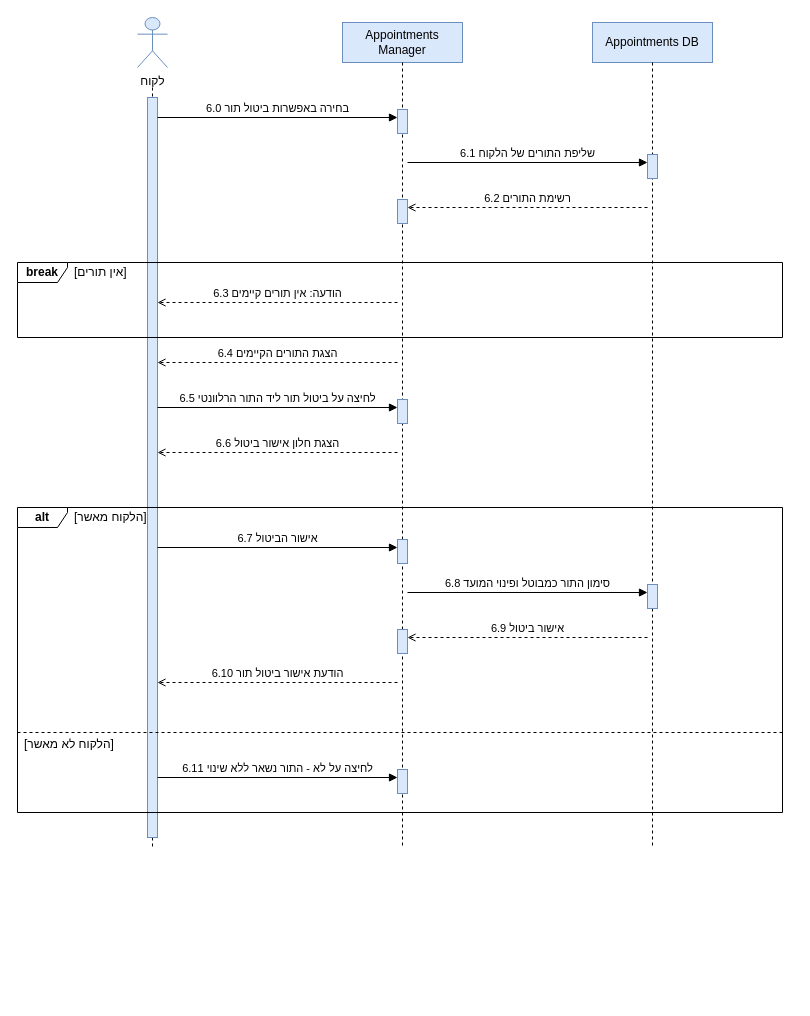
Before: diagrams/SEQ-SUC-6.drawio in arielkaplan20/project_Golden_Hair_Salon, a draw.io diagram. Source tidied: cells renumbered, new cells numbered last; positions are measured from the earlier drawing's top-left corner, leaving out a move shared by most shapes. Both pictures are drawn from the tidied source at 100%, with x=0, y=0 at pixel (17, 17).
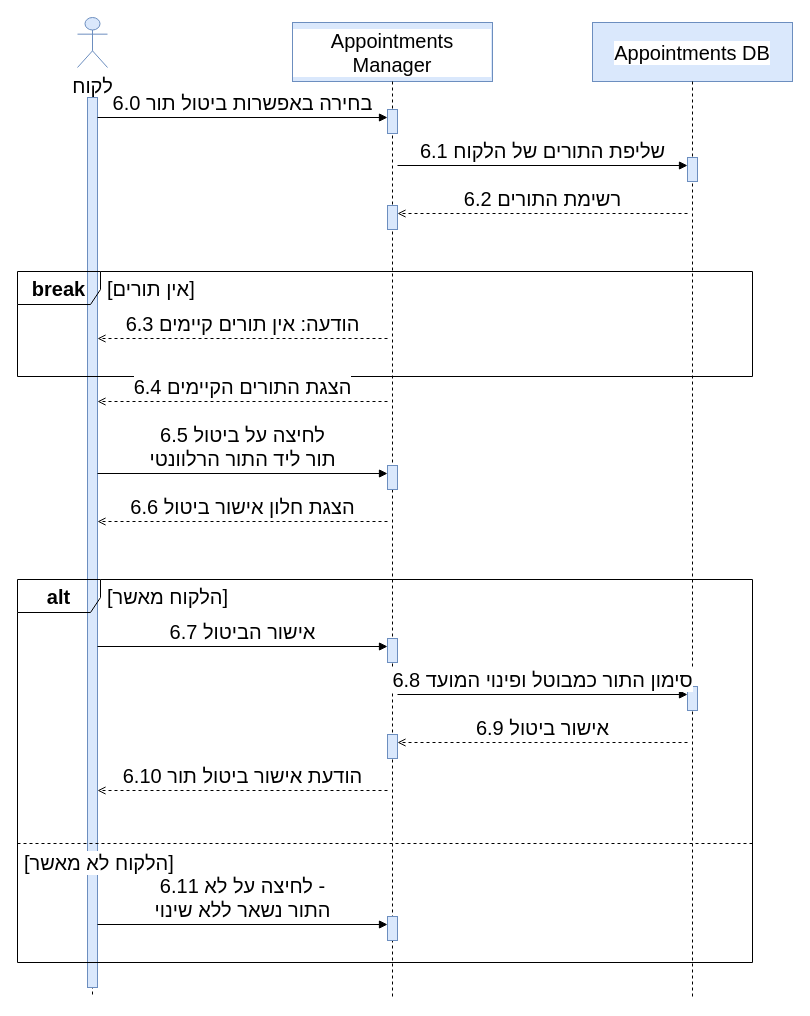
The same page after the edit.

Change to the diagram source:
```diff
@@
-    <mxCell id="2" value="לקוח" style="shape=umlActor;verticalLabelPosition=bottom;verticalAlign=top;html=1;fillColor=#dae8fc;strokeColor=#6c8ebf;" parent="1" vertex="1">
-      <mxGeometry x="120" width="30" height="50" as="geometry" />
+    <mxCell id="2" value="לקוח" style="shape=umlActor;verticalLabelPosition=bottom;verticalAlign=top;html=1;fillColor=#dae8fc;strokeColor=#6c8ebf;fontSize=20;labelBackgroundColor=#ffffff;" parent="1" vertex="1">
+      <mxGeometry x="60" width="30" height="50" as="geometry" />
     </mxCell>
-    <mxCell id="3" value="Appointments Manager" style="rounded=0;whiteSpace=wrap;html=1;fillColor=#dae8fc;strokeColor=#6c8ebf;" parent="1" vertex="1">
-      <mxGeometry x="325" y="5" width="120" height="40" as="geometry" />
+    <mxCell id="3" value="Appointments Manager" style="rounded=0;whiteSpace=wrap;html=1;fillColor=#dae8fc;strokeColor=#6c8ebf;fontSize=20;labelBackgroundColor=#ffffff;" parent="1" vertex="1">
+      <mxGeometry x="275" y="5" width="200" height="59" as="geometry" />
     </mxCell>
-    <mxCell id="4" value="Appointments DB" style="rounded=0;whiteSpace=wrap;html=1;fillColor=#dae8fc;strokeColor=#6c8ebf;" parent="1" vertex="1">
-      <mxGeometry x="575" y="5" width="120" height="40" as="geometry" />
+    <mxCell id="4" value="Appointments DB" style="rounded=0;whiteSpace=wrap;html=1;fillColor=#dae8fc;strokeColor=#6c8ebf;fontSize=20;labelBackgroundColor=#ffffff;" parent="1" vertex="1">
+      <mxGeometry x="575" y="5" width="200" height="59" as="geometry" />
     </mxCell>
     <mxCell id="5" style="endArrow=none;html=1;dashed=1;strokeColor=#000000;" parent="1" edge="1">
       <mxGeometry relative="1" as="geometry">
-        <mxPoint x="135" y="70" as="sourcePoint" />
-        <mxPoint x="135" y="830" as="targetPoint" />
+        <mxPoint x="75" y="80" as="sourcePoint" />
+        <mxPoint x="75" y="980" as="targetPoint" />
       </mxGeometry>
     </mxCell>
     <mxCell id="6" style="rounded=0;html=1;fillColor=#dae8fc;strokeColor=#6c8ebf;" parent="1" vertex="1">
-      <mxGeometry x="130" y="80" width="10" height="740" as="geometry" />
+      <mxGeometry x="70" y="80" width="10" height="890" as="geometry" />
     </mxCell>
     <mxCell id="7" style="endArrow=none;html=1;dashed=1;strokeColor=#000000;" parent="1" edge="1">
       <mxGeometry relative="1" as="geometry">
-        <mxPoint x="385" y="45" as="sourcePoint" />
-        <mxPoint x="385" y="830" as="targetPoint" />
+        <mxPoint x="375" y="64" as="sourcePoint" />
+        <mxPoint x="375" y="980" as="targetPoint" />
       </mxGeometry>
     </mxCell>
     <mxCell id="8" style="endArrow=none;html=1;dashed=1;strokeColor=#000000;" parent="1" edge="1">
       <mxGeometry relative="1" as="geometry">
-        <mxPoint x="635" y="45" as="sourcePoint" />
-        <mxPoint x="635" y="830" as="targetPoint" />
+        <mxPoint x="675" y="64" as="sourcePoint" />
+        <mxPoint x="675" y="980" as="targetPoint" />
       </mxGeometry>
     </mxCell>
     <mxCell id="9" style="rounded=0;html=1;fillColor=#dae8fc;strokeColor=#6c8ebf;" parent="1" vertex="1">
-      <mxGeometry x="380" y="92" width="10" height="24" as="geometry" />
+      <mxGeometry x="370" y="92" width="10" height="24" as="geometry" />
     </mxCell>
     <mxCell id="10" style="rounded=0;html=1;fillColor=#dae8fc;strokeColor=#6c8ebf;" parent="1" vertex="1">
-      <mxGeometry x="630" y="137" width="10" height="24" as="geometry" />
+      <mxGeometry x="670" y="140" width="10" height="24" as="geometry" />
     </mxCell>
     <mxCell id="11" style="rounded=0;html=1;fillColor=#dae8fc;strokeColor=#6c8ebf;" parent="1" vertex="1">
-      <mxGeometry x="380" y="182" width="10" height="24" as="geometry" />
+      <mxGeometry x="370" y="188" width="10" height="24" as="geometry" />
     </mxCell>
     <mxCell id="12" style="rounded=0;html=1;fillColor=#dae8fc;strokeColor=#6c8ebf;" parent="1" vertex="1">
-      <mxGeometry x="380" y="382" width="10" height="24" as="geometry" />
+      <mxGeometry x="370" y="448" width="10" height="24" as="geometry" />
     </mxCell>
     <mxCell id="13" style="rounded=0;html=1;fillColor=#dae8fc;strokeColor=#6c8ebf;" parent="1" vertex="1">
-      <mxGeometry x="380" y="522" width="10" height="24" as="geometry" />
+      <mxGeometry x="370" y="621" width="10" height="24" as="geometry" />
     </mxCell>
     <mxCell id="14" style="rounded=0;html=1;fillColor=#dae8fc;strokeColor=#6c8ebf;" parent="1" vertex="1">
-      <mxGeometry x="630" y="567" width="10" height="24" as="geometry" />
+      <mxGeometry x="670" y="669" width="10" height="24" as="geometry" />
     </mxCell>
     <mxCell id="15" style="rounded=0;html=1;fillColor=#dae8fc;strokeColor=#6c8ebf;" parent="1" vertex="1">
-      <mxGeometry x="380" y="612" width="10" height="24" as="geometry" />
+      <mxGeometry x="370" y="717" width="10" height="24" as="geometry" />
     </mxCell>
     <mxCell id="16" style="rounded=0;html=1;fillColor=#dae8fc;strokeColor=#6c8ebf;" parent="1" vertex="1">
-      <mxGeometry x="380" y="752" width="10" height="24" as="geometry" />
+      <mxGeometry x="370" y="899" width="10" height="24" as="geometry" />
     </mxCell>
-    <mxCell id="17" value="&lt;b&gt;break&lt;/b&gt;" style="shape=umlFrame;whiteSpace=wrap;html=1;width=50;height=20;fillColor=none;" parent="1" vertex="1">
-      <mxGeometry y="245" width="765" height="75" as="geometry" />
+    <mxCell id="17" value="&lt;b&gt;break&lt;/b&gt;" style="shape=umlFrame;whiteSpace=wrap;html=1;width=83;height=33;fillColor=none;fontSize=20;labelBackgroundColor=#ffffff;" parent="1" vertex="1">
+      <mxGeometry y="254" width="735" height="105" as="geometry" />
     </mxCell>
-    <mxCell id="18" value="[אין תורים]" style="text;html=1;align=left;verticalAlign=middle;whiteSpace=nowrap;fillColor=none;strokeColor=none;" parent="1" vertex="1">
-      <mxGeometry x="55" y="245" width="300" height="20" as="geometry" />
+    <mxCell id="18" value="&lt;span style='background:#ffffff'&gt;[אין תורים]&lt;/span&gt;" style="text;html=1;align=left;verticalAlign=middle;whiteSpace=nowrap;fillColor=none;strokeColor=none;fontSize=20;labelBackgroundColor=#ffffff;" parent="1" vertex="1">
+      <mxGeometry x="88" y="254" width="400" height="33" as="geometry" />
     </mxCell>
-    <mxCell id="19" value="&lt;b&gt;alt&lt;/b&gt;" style="shape=umlFrame;whiteSpace=wrap;html=1;width=50;height=20;fillColor=none;" parent="1" vertex="1">
-      <mxGeometry y="490" width="765" height="305" as="geometry" />
+    <mxCell id="19" value="&lt;b&gt;alt&lt;/b&gt;" style="shape=umlFrame;whiteSpace=wrap;html=1;width=83;height=33;fillColor=none;fontSize=20;labelBackgroundColor=#ffffff;" parent="1" vertex="1">
+      <mxGeometry y="562" width="735" height="383" as="geometry" />
     </mxCell>
-    <mxCell id="20" value="[הלקוח מאשר]" style="text;html=1;align=left;verticalAlign=middle;whiteSpace=nowrap;fillColor=none;strokeColor=none;" parent="1" vertex="1">
-      <mxGeometry x="55" y="490" width="300" height="20" as="geometry" />
+    <mxCell id="20" value="&lt;span style='background:#ffffff'&gt;[הלקוח מאשר]&lt;/span&gt;" style="text;html=1;align=left;verticalAlign=middle;whiteSpace=nowrap;fillColor=none;strokeColor=none;fontSize=20;labelBackgroundColor=#ffffff;" parent="1" vertex="1">
+      <mxGeometry x="88" y="562" width="400" height="33" as="geometry" />
     </mxCell>
     <mxCell id="21" style="endArrow=none;html=1;dashed=1;" parent="1" edge="1">
       <mxGeometry relative="1" as="geometry">
-        <mxPoint y="715" as="sourcePoint" />
-        <mxPoint x="765" y="715" as="targetPoint" />
+        <mxPoint y="826" as="sourcePoint" />
+        <mxPoint x="735" y="826" as="targetPoint" />
       </mxGeometry>
     </mxCell>
-    <mxCell id="22" value="[הלקוח לא מאשר]" style="text;html=1;align=left;verticalAlign=middle;whiteSpace=nowrap;fillColor=none;strokeColor=none;" parent="1" vertex="1">
-      <mxGeometry x="5" y="717" width="300" height="20" as="geometry" />
+    <mxCell id="22" value="&lt;span style='background:#ffffff'&gt;[הלקוח לא מאשר]&lt;/span&gt;" style="text;html=1;align=left;verticalAlign=middle;whiteSpace=nowrap;fillColor=none;strokeColor=none;fontSize=20;labelBackgroundColor=#ffffff;" parent="1" vertex="1">
+      <mxGeometry x="5" y="828" width="400" height="33" as="geometry" />
     </mxCell>
-    <mxCell id="23" value="6.0 בחירה באפשרות ביטול תור" style="endArrow=block;endFill=1;html=1;rounded=0;verticalAlign=bottom;labelBackgroundColor=none;" parent="1" edge="1">
+    <mxCell id="23" value="6.0 בחירה באפשרות ביטול תור" style="endArrow=block;endFill=1;html=1;rounded=0;verticalAlign=bottom;labelBackgroundColor=none;fontSize=20;labelBackgroundColor=#ffffff;" parent="1" edge="1">
       <mxGeometry relative="1" as="geometry">
-        <mxPoint x="140" y="100" as="sourcePoint" />
-        <mxPoint x="380" y="100" as="targetPoint" />
+        <mxPoint x="80" y="100" as="sourcePoint" />
+        <mxPoint x="370" y="100" as="targetPoint" />
       </mxGeometry>
     </mxCell>
-    <mxCell id="24" value="6.1 שליפת התורים של הלקוח" style="endArrow=block;endFill=1;html=1;rounded=0;verticalAlign=bottom;labelBackgroundColor=none;" parent="1" edge="1">
+    <mxCell id="24" value="6.1 שליפת התורים של הלקוח" style="endArrow=block;endFill=1;html=1;rounded=0;verticalAlign=bottom;labelBackgroundColor=none;fontSize=20;labelBackgroundColor=#ffffff;" parent="1" edge="1">
       <mxGeometry relative="1" as="geometry">
-        <mxPoint x="390" y="145" as="sourcePoint" />
-        <mxPoint x="630" y="145" as="targetPoint" />
+        <mxPoint x="380" y="148" as="sourcePoint" />
+        <mxPoint x="670" y="148" as="targetPoint" />
       </mxGeometry>
     </mxCell>
-    <mxCell id="25" value="6.2 רשימת התורים" style="endArrow=open;endFill=0;html=1;rounded=0;dashed=1;verticalAlign=bottom;labelBackgroundColor=none;" parent="1" edge="1">
+    <mxCell id="25" value="6.2 רשימת התורים" style="endArrow=open;endFill=0;html=1;rounded=0;dashed=1;verticalAlign=bottom;labelBackgroundColor=none;fontSize=20;labelBackgroundColor=#ffffff;" parent="1" edge="1">
       <mxGeometry relative="1" as="geometry">
-        <mxPoint x="630" y="190" as="sourcePoint" />
-        <mxPoint x="390" y="190" as="targetPoint" />
+        <mxPoint x="670" y="196" as="sourcePoint" />
+        <mxPoint x="380" y="196" as="targetPoint" />
       </mxGeometry>
     </mxCell>
-    <mxCell id="26" value="6.3 הודעה: אין תורים קיימים" style="endArrow=open;endFill=0;html=1;rounded=0;dashed=1;verticalAlign=bottom;labelBackgroundColor=none;" parent="1" edge="1">
+    <mxCell id="26" value="6.3 הודעה: אין תורים קיימים" style="endArrow=open;endFill=0;html=1;rounded=0;dashed=1;verticalAlign=bottom;labelBackgroundColor=none;fontSize=20;labelBackgroundColor=#ffffff;" parent="1" edge="1">
       <mxGeometry relative="1" as="geometry">
-        <mxPoint x="380" y="285" as="sourcePoint" />
-        <mxPoint x="140" y="285" as="targetPoint" />
+        <mxPoint x="370" y="321" as="sourcePoint" />
+        <mxPoint x="80" y="321" as="targetPoint" />
       </mxGeometry>
     </mxCell>
-    <mxCell id="27" value="6.4 הצגת התורים הקיימים" style="endArrow=open;endFill=0;html=1;rounded=0;dashed=1;verticalAlign=bottom;labelBackgroundColor=none;" parent="1" edge="1">
+    <mxCell id="27" value="6.4 הצגת התורים הקיימים" style="endArrow=open;endFill=0;html=1;rounded=0;dashed=1;verticalAlign=bottom;labelBackgroundColor=none;fontSize=20;labelBackgroundColor=#ffffff;" parent="1" edge="1">
       <mxGeometry relative="1" as="geometry">
-        <mxPoint x="380" y="345" as="sourcePoint" />
-        <mxPoint x="140" y="345" as="targetPoint" />
+        <mxPoint x="370" y="384" as="sourcePoint" />
+        <mxPoint x="80" y="384" as="targetPoint" />
       </mxGeometry>
     </mxCell>
-    <mxCell id="28" value="6.5 לחיצה על ביטול תור ליד התור הרלוונטי" style="endArrow=block;endFill=1;html=1;rounded=0;verticalAlign=bottom;labelBackgroundColor=none;" parent="1" edge="1">
+    <mxCell id="28" value="6.5 לחיצה על ביטול&lt;br&gt;תור ליד התור הרלוונטי" style="endArrow=block;endFill=1;html=1;rounded=0;verticalAlign=bottom;labelBackgroundColor=none;fontSize=20;labelBackgroundColor=#ffffff;" parent="1" edge="1">
       <mxGeometry relative="1" as="geometry">
-        <mxPoint x="140" y="390" as="sourcePoint" />
-        <mxPoint x="380" y="390" as="targetPoint" />
+        <mxPoint x="80" y="456" as="sourcePoint" />
+        <mxPoint x="370" y="456" as="targetPoint" />
       </mxGeometry>
     </mxCell>
-    <mxCell id="29" value="6.6 הצגת חלון אישור ביטול" style="endArrow=open;endFill=0;html=1;rounded=0;dashed=1;verticalAlign=bottom;labelBackgroundColor=none;" parent="1" edge="1">
+    <mxCell id="29" value="6.6 הצגת חלון אישור ביטול" style="endArrow=open;endFill=0;html=1;rounded=0;dashed=1;verticalAlign=bottom;labelBackgroundColor=none;fontSize=20;labelBackgroundColor=#ffffff;" parent="1" edge="1">
       <mxGeometry relative="1" as="geometry">
-        <mxPoint x="380" y="435" as="sourcePoint" />
-        <mxPoint x="140" y="435" as="targetPoint" />
+        <mxPoint x="370" y="504" as="sourcePoint" />
+        <mxPoint x="80" y="504" as="targetPoint" />
       </mxGeometry>
     </mxCell>
-    <mxCell id="30" value="6.7 אישור הביטול" style="endArrow=block;endFill=1;html=1;rounded=0;verticalAlign=bottom;labelBackgroundColor=none;" parent="1" edge="1">
+    <mxCell id="30" value="6.7 אישור הביטול" style="endArrow=block;endFill=1;html=1;rounded=0;verticalAlign=bottom;labelBackgroundColor=none;fontSize=20;labelBackgroundColor=#ffffff;" parent="1" edge="1">
       <mxGeometry relative="1" as="geometry">
-        <mxPoint x="140" y="530" as="sourcePoint" />
-        <mxPoint x="380" y="530" as="targetPoint" />
+        <mxPoint x="80" y="629" as="sourcePoint" />
+        <mxPoint x="370" y="629" as="targetPoint" />
       </mxGeometry>
     </mxCell>
-    <mxCell id="31" value="6.8 סימון התור כמבוטל ופינוי המועד" style="endArrow=block;endFill=1;html=1;rounded=0;verticalAlign=bottom;labelBackgroundColor=none;" parent="1" edge="1">
+    <mxCell id="31" value="6.8 סימון התור כמבוטל ופינוי המועד" style="endArrow=block;endFill=1;html=1;rounded=0;verticalAlign=bottom;labelBackgroundColor=none;fontSize=20;labelBackgroundColor=#ffffff;" parent="1" edge="1">
       <mxGeometry relative="1" as="geometry">
-        <mxPoint x="390" y="575" as="sourcePoint" />
-        <mxPoint x="630" y="575" as="targetPoint" />
+        <mxPoint x="380" y="677" as="sourcePoint" />
+        <mxPoint x="670" y="677" as="targetPoint" />
       </mxGeometry>
     </mxCell>
-    <mxCell id="32" value="6.9 אישור ביטול" style="endArrow=open;endFill=0;html=1;rounded=0;dashed=1;verticalAlign=bottom;labelBackgroundColor=none;" parent="1" edge="1">
+    <mxCell id="32" value="6.9 אישור ביטול" style="endArrow=open;endFill=0;html=1;rounded=0;dashed=1;verticalAlign=bottom;labelBackgroundColor=none;fontSize=20;labelBackgroundColor=#ffffff;" parent="1" edge="1">
       <mxGeometry relative="1" as="geometry">
-        <mxPoint x="630" y="620" as="sourcePoint" />
-        <mxPoint x="390" y="620" as="targetPoint" />
+        <mxPoint x="670" y="725" as="sourcePoint" />
+        <mxPoint x="380" y="725" as="targetPoint" />
       </mxGeometry>
     </mxCell>
-    <mxCell id="33" value="6.10 הודעת אישור ביטול תור" style="endArrow=open;endFill=0;html=1;rounded=0;dashed=1;verticalAlign=bottom;labelBackgroundColor=none;" parent="1" edge="1">
+    <mxCell id="33" value="6.10 הודעת אישור ביטול תור" style="endArrow=open;endFill=0;html=1;rounded=0;dashed=1;verticalAlign=bottom;labelBackgroundColor=none;fontSize=20;labelBackgroundColor=#ffffff;" parent="1" edge="1">
       <mxGeometry relative="1" as="geometry">
-        <mxPoint x="380" y="665" as="sourcePoint" />
-        <mxPoint x="140" y="665" as="targetPoint" />
+        <mxPoint x="370" y="773" as="sourcePoint" />
+        <mxPoint x="80" y="773" as="targetPoint" />
       </mxGeometry>
     </mxCell>
-    <mxCell id="34" value="6.11 לחיצה על לא - התור נשאר ללא שינוי" style="endArrow=block;endFill=1;html=1;rounded=0;verticalAlign=bottom;labelBackgroundColor=none;" parent="1" edge="1">
+    <mxCell id="34" value="6.11 לחיצה על לא -&lt;br&gt;התור נשאר ללא שינוי" style="endArrow=block;endFill=1;html=1;rounded=0;verticalAlign=bottom;labelBackgroundColor=none;fontSize=20;labelBackgroundColor=#ffffff;" parent="1" edge="1">
       <mxGeometry relative="1" as="geometry">
-        <mxPoint x="140" y="760" as="sourcePoint" />
-        <mxPoint x="380" y="760" as="targetPoint" />
+        <mxPoint x="80" y="907" as="sourcePoint" />
+        <mxPoint x="370" y="907" as="targetPoint" />
       </mxGeometry>
     </mxCell>
```
